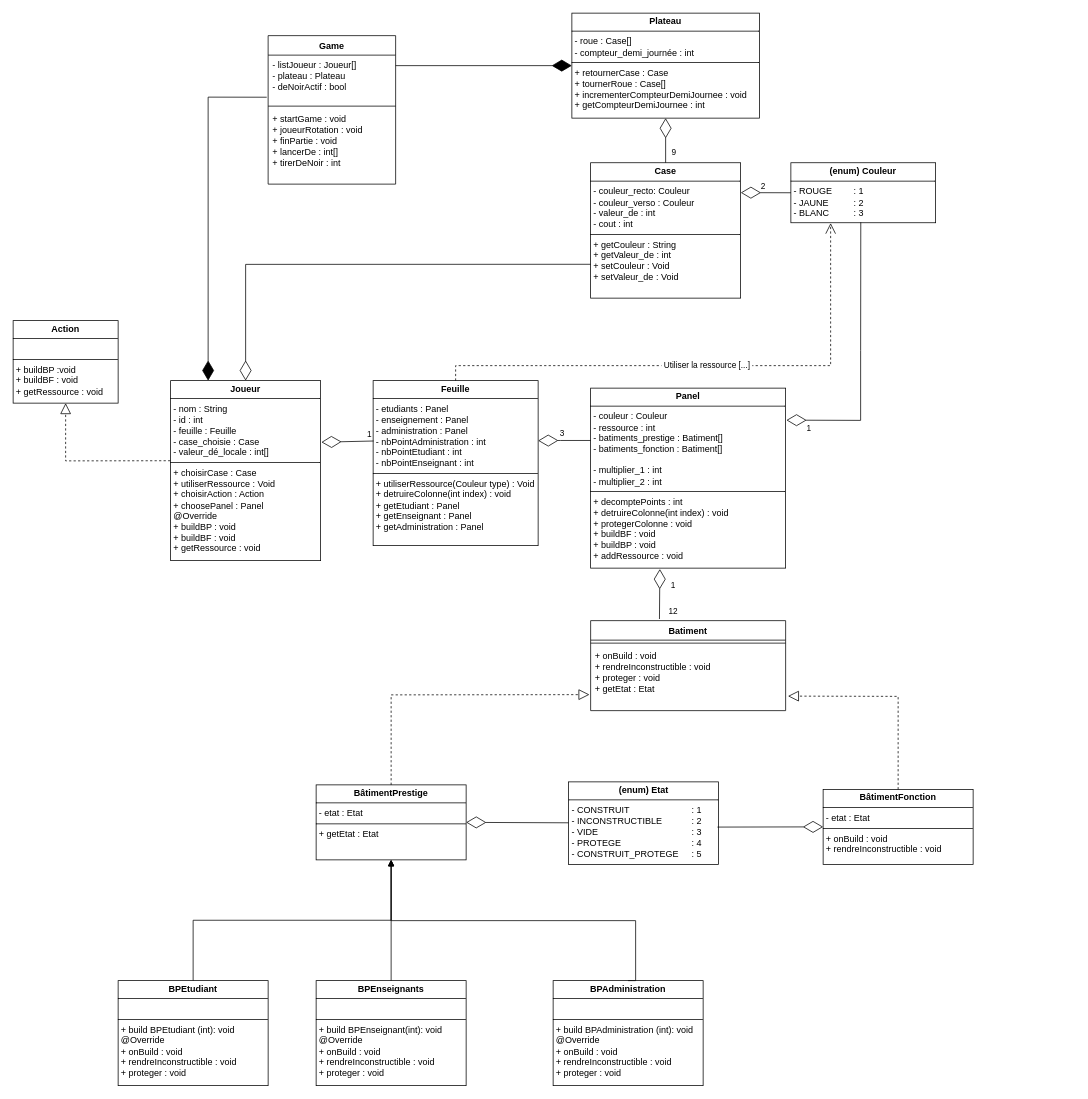
This is diagrammeClassTroyes-Dice.drawio from AntoineMilochevitch/Troyes-Dice, a draw.io file, before an edit. Source tidied: cells renumbered, new cells numbered last; positions are measured from the earlier drawing's top-left corner, leaving out a move shared by most shapes. Both pictures are drawn from the tidied source at 75%, with x=0, y=0 at pixel (13, 13).
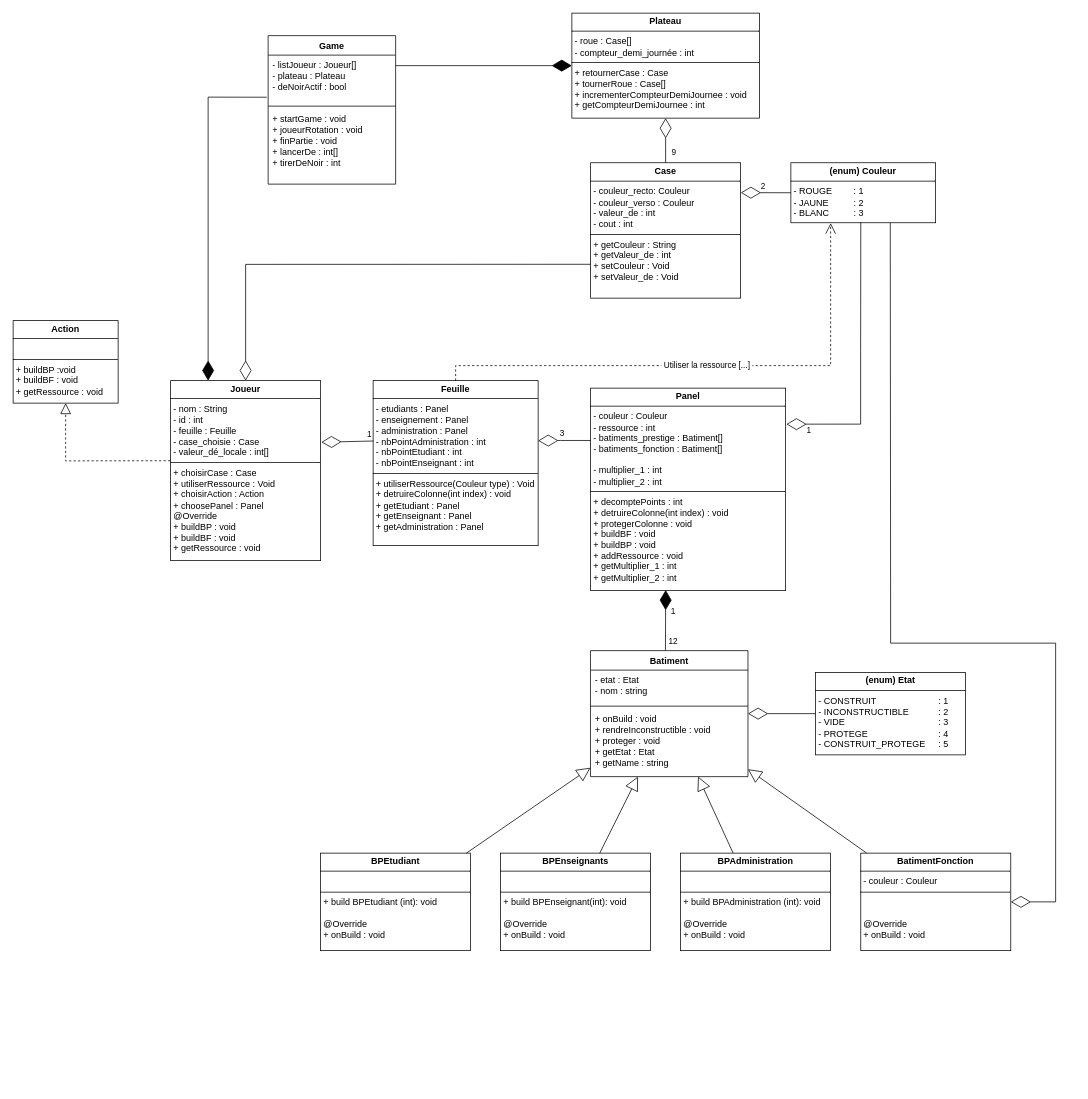
After the change.

Commit message:
Mettre à jour diagrammeClassTroyes-Dice.drawio

Unchanged cells that the change refers to:
```xml
<mxCell id="15" value="&lt;p style=&quot;margin:0px;margin-top:4px;text-align:center;&quot;&gt;&lt;b&gt;(enum) Couleur&lt;/b&gt;&lt;/p&gt;&lt;hr size=&quot;1&quot; style=&quot;border-style:solid;&quot;&gt;&lt;p style=&quot;margin:0px;margin-left:4px;&quot;&gt;- ROUGE&lt;span style=&quot;white-space: pre;&quot;&gt;&#9;&lt;span style=&quot;white-space: pre;&quot;&gt;&#9;&lt;/span&gt;: &lt;/span&gt;1&lt;/p&gt;&lt;p style=&quot;margin:0px;margin-left:4px;&quot;&gt;- JAUNE&lt;span style=&quot;white-space: pre;&quot;&gt;&#9;&lt;/span&gt;&amp;nbsp;&lt;span style=&quot;white-space: pre;&quot;&gt;&#9;&lt;/span&gt;: 2&lt;/p&gt;&lt;p style=&quot;margin:0px;margin-left:4px;&quot;&gt;- BLANC&lt;span style=&quot;white-space: pre;&quot;&gt;&#9;&lt;/span&gt;&lt;span style=&quot;white-space: pre;&quot;&gt;&#9;&lt;/span&gt;: 3&lt;/p&gt;" style="verticalAlign=top;align=left;overflow=fill;html=1;whiteSpace=wrap;" parent="1" vertex="1">
  <mxGeometry x="1037" y="199.5" width="193" height="80" as="geometry" />
</mxCell>
```

Change to the diagram source:
```diff
@@
-    <mxCell id="11" value="&lt;p style=&quot;margin:0px;margin-top:4px;text-align:center;&quot;&gt;&lt;b&gt;Panel&lt;/b&gt;&lt;/p&gt;&lt;hr size=&quot;1&quot; style=&quot;border-style:solid;&quot;&gt;&lt;p style=&quot;margin: 0px 0px 0px 4px;&quot;&gt;- couleur : Couleur&lt;/p&gt;&lt;p style=&quot;margin: 0px 0px 0px 4px;&quot;&gt;- ressource : int&lt;/p&gt;&lt;p style=&quot;margin: 0px 0px 0px 4px;&quot;&gt;- batiments_prestige : Batiment[]&lt;/p&gt;&lt;p style=&quot;margin: 0px 0px 0px 4px;&quot;&gt;- batiments_fonction : Batiment[]&lt;/p&gt;&lt;p style=&quot;margin: 0px 0px 0px 4px;&quot;&gt;&lt;br&gt;&lt;/p&gt;&lt;p style=&quot;margin: 0px 0px 0px 4px;&quot;&gt;- multiplier_1 : int&lt;/p&gt;&lt;p style=&quot;margin: 0px 0px 0px 4px;&quot;&gt;- multiplier_2 : int&lt;/p&gt;&lt;hr size=&quot;1&quot; style=&quot;border-style:solid;&quot;&gt;&lt;p style=&quot;margin:0px;margin-left:4px;&quot;&gt;+ decomptePoints : int&lt;/p&gt;&lt;p style=&quot;margin:0px;margin-left:4px;&quot;&gt;+ detruireColonne(int index) : void&lt;/p&gt;&lt;p style=&quot;margin: 0px 0px 0px 4px;&quot;&gt;&lt;span style=&quot;background-color: initial;&quot;&gt;+ protegerColonne : void&lt;/span&gt;&lt;/p&gt;&lt;p style=&quot;margin: 0px 0px 0px 4px;&quot;&gt;&lt;span style=&quot;background-color: initial;&quot;&gt;+ buildBF : void&lt;/span&gt;&lt;/p&gt;&lt;p style=&quot;margin: 0px 0px 0px 4px;&quot;&gt;&lt;span style=&quot;background-color: initial;&quot;&gt;+ buildBP : void&lt;/span&gt;&lt;/p&gt;&lt;p style=&quot;margin: 0px 0px 0px 4px;&quot;&gt;&lt;span style=&quot;background-color: initial;&quot;&gt;+ addRessource : void&lt;/span&gt;&lt;/p&gt;" style="verticalAlign=top;align=left;overflow=fill;html=1;whiteSpace=wrap;" parent="1" vertex="1">
-      <mxGeometry x="770" y="500" width="260" height="240" as="geometry" />
+    <mxCell id="11" value="&lt;p style=&quot;margin:0px;margin-top:4px;text-align:center;&quot;&gt;&lt;b&gt;Panel&lt;/b&gt;&lt;/p&gt;&lt;hr size=&quot;1&quot; style=&quot;border-style:solid;&quot;&gt;&lt;p style=&quot;margin: 0px 0px 0px 4px;&quot;&gt;- couleur : Couleur&lt;/p&gt;&lt;p style=&quot;margin: 0px 0px 0px 4px;&quot;&gt;- ressource : int&lt;/p&gt;&lt;p style=&quot;margin: 0px 0px 0px 4px;&quot;&gt;- batiments_prestige : Batiment[]&lt;/p&gt;&lt;p style=&quot;margin: 0px 0px 0px 4px;&quot;&gt;- batiments_fonction : Batiment[]&lt;/p&gt;&lt;p style=&quot;margin: 0px 0px 0px 4px;&quot;&gt;&lt;br&gt;&lt;/p&gt;&lt;p style=&quot;margin: 0px 0px 0px 4px;&quot;&gt;- multiplier_1 : int&lt;/p&gt;&lt;p style=&quot;margin: 0px 0px 0px 4px;&quot;&gt;- multiplier_2 : int&lt;/p&gt;&lt;hr size=&quot;1&quot; style=&quot;border-style:solid;&quot;&gt;&lt;p style=&quot;margin:0px;margin-left:4px;&quot;&gt;+ decomptePoints : int&lt;/p&gt;&lt;p style=&quot;margin:0px;margin-left:4px;&quot;&gt;+ detruireColonne(int index) : void&lt;/p&gt;&lt;p style=&quot;margin: 0px 0px 0px 4px;&quot;&gt;&lt;span style=&quot;background-color: initial;&quot;&gt;+ protegerColonne : void&lt;/span&gt;&lt;/p&gt;&lt;p style=&quot;margin: 0px 0px 0px 4px;&quot;&gt;&lt;span style=&quot;background-color: initial;&quot;&gt;+ buildBF : void&lt;/span&gt;&lt;/p&gt;&lt;p style=&quot;margin: 0px 0px 0px 4px;&quot;&gt;&lt;span style=&quot;background-color: initial;&quot;&gt;+ buildBP : void&lt;/span&gt;&lt;/p&gt;&lt;p style=&quot;margin: 0px 0px 0px 4px;&quot;&gt;&lt;span style=&quot;background-color: initial;&quot;&gt;+ addRessource : void&lt;/span&gt;&lt;/p&gt;&lt;p style=&quot;margin: 0px 0px 0px 4px;&quot;&gt;+ getMultiplier_1 : int&lt;/p&gt;&lt;p style=&quot;margin: 0px 0px 0px 4px;&quot;&gt;+ getMultiplier_2 : int&lt;/p&gt;" style="verticalAlign=top;align=left;overflow=fill;html=1;whiteSpace=wrap;" parent="1" vertex="1">
+      <mxGeometry x="770" y="500" width="260" height="270" as="geometry" />
     </mxCell>
@@
     <mxCell id="18" style="endArrow=diamondThin;endFill=0;endSize=24;html=1;rounded=0;entryX=1.004;entryY=0.178;entryDx=0;entryDy=0;entryPerimeter=0;exitX=0.483;exitY=0.992;exitDx=0;exitDy=0;exitPerimeter=0;" parent="1" edge="1" source="15" target="11">
       <mxGeometry relative="1" as="geometry">
         <Array as="points">
           <mxPoint x="1130" y="450" />
-          <mxPoint x="1130" y="543" />
+          <mxPoint x="1130" y="548" />
         </Array>
       </mxGeometry>
     </mxCell>
@@
-    <mxCell id="20" value="&lt;p style=&quot;margin:0px;margin-top:4px;text-align:center;&quot;&gt;&lt;b&gt;BPAdministration&lt;/b&gt;&lt;/p&gt;&lt;hr size=&quot;1&quot; style=&quot;border-style:solid;&quot;&gt;&lt;p style=&quot;margin: 0px 0px 0px 4px;&quot;&gt;&lt;br&gt;&lt;/p&gt;&lt;hr size=&quot;1&quot; style=&quot;border-style:solid;&quot;&gt;&lt;p style=&quot;margin: 0px 0px 0px 4px;&quot;&gt;+ build BPAdministration (int): void&lt;/p&gt;&lt;p style=&quot;margin: 0px 0px 0px 4px;&quot;&gt;@Override&lt;/p&gt;&lt;p style=&quot;margin: 0px 0px 0px 4px;&quot;&gt;+ onBuild : void&lt;/p&gt;&lt;p style=&quot;margin: 0px 0px 0px 4px;&quot;&gt;+ rendreInconstructible : void&lt;/p&gt;&lt;p style=&quot;margin: 0px 0px 0px 4px;&quot;&gt;+ proteger : void&lt;/p&gt;" style="verticalAlign=top;align=left;overflow=fill;html=1;whiteSpace=wrap;" parent="1" vertex="1">
-      <mxGeometry x="720" y="1290" width="200" height="140" as="geometry" />
+    <mxCell id="20" value="&lt;p style=&quot;margin:0px;margin-top:4px;text-align:center;&quot;&gt;&lt;b&gt;BPAdministration&lt;/b&gt;&lt;/p&gt;&lt;hr size=&quot;1&quot; style=&quot;border-style:solid;&quot;&gt;&lt;p style=&quot;margin: 0px 0px 0px 4px;&quot;&gt;&lt;br&gt;&lt;/p&gt;&lt;hr size=&quot;1&quot; style=&quot;border-style:solid;&quot;&gt;&lt;p style=&quot;margin: 0px 0px 0px 4px;&quot;&gt;+ build BPAdministration (int): void&lt;/p&gt;&lt;p style=&quot;margin: 0px 0px 0px 4px;&quot;&gt;&lt;br&gt;&lt;/p&gt;&lt;p style=&quot;margin: 0px 0px 0px 4px;&quot;&gt;@Override&lt;/p&gt;&lt;p style=&quot;margin: 0px 0px 0px 4px;&quot;&gt;+ onBuild : void&lt;/p&gt;" style="verticalAlign=top;align=left;overflow=fill;html=1;whiteSpace=wrap;" parent="1" vertex="1">
+      <mxGeometry x="889.8" y="1120" width="200" height="130" as="geometry" />
     </mxCell>
-    <mxCell id="21" value="&lt;p style=&quot;margin:0px;margin-top:4px;text-align:center;&quot;&gt;&lt;b&gt;BPEnseignants&lt;/b&gt;&lt;/p&gt;&lt;hr size=&quot;1&quot; style=&quot;border-style:solid;&quot;&gt;&lt;p style=&quot;margin: 0px 0px 0px 4px;&quot;&gt;&lt;br&gt;&lt;/p&gt;&lt;hr size=&quot;1&quot; style=&quot;border-style:solid;&quot;&gt;&lt;p style=&quot;margin: 0px 0px 0px 4px;&quot;&gt;+ build BPEnseignant(int): void&lt;/p&gt;&lt;p style=&quot;margin: 0px 0px 0px 4px;&quot;&gt;@Override&lt;/p&gt;&lt;p style=&quot;margin: 0px 0px 0px 4px;&quot;&gt;+ onBuild : void&lt;/p&gt;&lt;p style=&quot;margin: 0px 0px 0px 4px;&quot;&gt;+ rendreInconstructible : void&lt;/p&gt;&lt;p style=&quot;margin: 0px 0px 0px 4px;&quot;&gt;+ proteger : void&lt;/p&gt;" style="verticalAlign=top;align=left;overflow=fill;html=1;whiteSpace=wrap;" parent="1" vertex="1">
-      <mxGeometry x="404" y="1290" width="200" height="140" as="geometry" />
+    <mxCell id="21" value="&lt;p style=&quot;margin:0px;margin-top:4px;text-align:center;&quot;&gt;&lt;b&gt;BPEnseignants&lt;/b&gt;&lt;/p&gt;&lt;hr size=&quot;1&quot; style=&quot;border-style:solid;&quot;&gt;&lt;p style=&quot;margin: 0px 0px 0px 4px;&quot;&gt;&lt;br&gt;&lt;/p&gt;&lt;hr size=&quot;1&quot; style=&quot;border-style:solid;&quot;&gt;&lt;p style=&quot;margin: 0px 0px 0px 4px;&quot;&gt;+ build BPEnseignant(int): void&lt;/p&gt;&lt;p style=&quot;margin: 0px 0px 0px 4px;&quot;&gt;&lt;br&gt;&lt;/p&gt;&lt;p style=&quot;margin: 0px 0px 0px 4px;&quot;&gt;@Override&lt;/p&gt;&lt;p style=&quot;margin: 0px 0px 0px 4px;&quot;&gt;+ onBuild : void&lt;/p&gt;" style="verticalAlign=top;align=left;overflow=fill;html=1;whiteSpace=wrap;" parent="1" vertex="1">
+      <mxGeometry x="649.8" y="1120" width="200" height="130" as="geometry" />
     </mxCell>
-    <mxCell id="22" value="&lt;p style=&quot;margin:0px;margin-top:4px;text-align:center;&quot;&gt;&lt;b&gt;BPEtudiant&lt;/b&gt;&lt;/p&gt;&lt;hr size=&quot;1&quot; style=&quot;border-style:solid;&quot;&gt;&lt;p style=&quot;margin: 0px 0px 0px 4px;&quot;&gt;&lt;br&gt;&lt;/p&gt;&lt;hr size=&quot;1&quot; style=&quot;border-style:solid;&quot;&gt;&lt;p style=&quot;margin:0px;margin-left:4px;&quot;&gt;+ build BPEtudiant (int): void&lt;/p&gt;&lt;p style=&quot;margin:0px;margin-left:4px;&quot;&gt;@Override&lt;/p&gt;&lt;p style=&quot;margin:0px;margin-left:4px;&quot;&gt;+ onBuild : void&lt;/p&gt;&lt;p style=&quot;margin:0px;margin-left:4px;&quot;&gt;+ rendreInconstructible : void&lt;/p&gt;&lt;p style=&quot;margin:0px;margin-left:4px;&quot;&gt;+ proteger : void&lt;/p&gt;" style="verticalAlign=top;align=left;overflow=fill;html=1;whiteSpace=wrap;" parent="1" vertex="1">
-      <mxGeometry x="140" y="1290" width="200" height="140" as="geometry" />
+    <mxCell id="22" value="&lt;p style=&quot;margin:0px;margin-top:4px;text-align:center;&quot;&gt;&lt;b&gt;BPEtudiant&lt;/b&gt;&lt;/p&gt;&lt;hr size=&quot;1&quot; style=&quot;border-style:solid;&quot;&gt;&lt;p style=&quot;margin: 0px 0px 0px 4px;&quot;&gt;&lt;br&gt;&lt;/p&gt;&lt;hr size=&quot;1&quot; style=&quot;border-style:solid;&quot;&gt;&lt;p style=&quot;margin:0px;margin-left:4px;&quot;&gt;+ build BPEtudiant (int): void&lt;/p&gt;&lt;p style=&quot;margin:0px;margin-left:4px;&quot;&gt;&lt;br&gt;&lt;/p&gt;&lt;p style=&quot;margin:0px;margin-left:4px;&quot;&gt;@Override&lt;/p&gt;&lt;p style=&quot;margin:0px;margin-left:4px;&quot;&gt;+ onBuild : void&lt;/p&gt;" style="verticalAlign=top;align=left;overflow=fill;html=1;whiteSpace=wrap;" parent="1" vertex="1">
+      <mxGeometry x="409.8" y="1120" width="200" height="130" as="geometry" />
     </mxCell>
     <mxCell id="23" value="&lt;p style=&quot;margin:0px;margin-top:4px;text-align:center;&quot;&gt;&lt;b&gt;(enum) Etat&lt;/b&gt;&lt;/p&gt;&lt;hr size=&quot;1&quot; style=&quot;border-style:solid;&quot;&gt;&lt;p style=&quot;margin:0px;margin-left:4px;&quot;&gt;- CONSTRUIT&lt;span style=&quot;white-space: pre;&quot;&gt;&lt;span style=&quot;white-space: pre;&quot;&gt;&#9;&lt;/span&gt;                        : &lt;/span&gt;1&lt;/p&gt;&lt;p style=&quot;margin:0px;margin-left:4px;&quot;&gt;- INCONSTRUCTIBLE&lt;span style=&quot;white-space: pre;&quot;&gt;&#9;&lt;/span&gt;&amp;nbsp;&lt;span style=&quot;white-space: pre;&quot;&gt;&#9;&lt;/span&gt;: 2&lt;/p&gt;&lt;p style=&quot;margin:0px;margin-left:4px;&quot;&gt;- VIDE&amp;nbsp; &amp;nbsp; &amp;nbsp; &amp;nbsp; &amp;nbsp; &amp;nbsp; &amp;nbsp; &amp;nbsp; &amp;nbsp; &amp;nbsp; &amp;nbsp; &amp;nbsp;&amp;nbsp;&lt;span style=&quot;white-space: pre;&quot;&gt;&#9;&lt;/span&gt;&lt;span style=&quot;white-space: pre;&quot;&gt;&#9;&lt;/span&gt;: 3&lt;/p&gt;&lt;p style=&quot;margin:0px;margin-left:4px;&quot;&gt;- PROTEGE&lt;span style=&quot;white-space: pre;&quot;&gt;&#9;&lt;/span&gt;&lt;span style=&quot;white-space: pre;&quot;&gt;&#9;&lt;/span&gt;&lt;span style=&quot;white-space: pre;&quot;&gt;&#9;&lt;/span&gt;&lt;span style=&quot;white-space: pre;&quot;&gt;&#9;&lt;/span&gt;: 4&lt;/p&gt;&lt;p style=&quot;margin:0px;margin-left:4px;&quot;&gt;- CONSTRUIT_PROTEGE&lt;span style=&quot;white-space: pre;&quot;&gt;&#9;&lt;/span&gt;: 5&lt;/p&gt;" style="verticalAlign=top;align=left;overflow=fill;html=1;whiteSpace=wrap;" parent="1" vertex="1">
-      <mxGeometry x="740.5" y="1025" width="200" height="110" as="geometry" />
+      <mxGeometry x="1069.8" y="879" width="200" height="110" as="geometry" />
     </mxCell>
-    <mxCell id="24" value="&lt;p style=&quot;margin:0px;margin-top:4px;text-align:center;&quot;&gt;&lt;b&gt;BâtimentPrestige&lt;/b&gt;&lt;/p&gt;&lt;hr size=&quot;1&quot; style=&quot;border-style:solid;&quot;&gt;&lt;p style=&quot;margin: 0px 0px 0px 4px;&quot;&gt;- etat : Etat&lt;/p&gt;&lt;hr size=&quot;1&quot; style=&quot;border-style:solid;&quot;&gt;&lt;p style=&quot;margin:0px;margin-left:4px;&quot;&gt;&lt;span style=&quot;background-color: initial;&quot;&gt;+ getEtat : Etat&lt;/span&gt;&lt;/p&gt;&lt;p style=&quot;margin:0px;margin-left:4px;&quot;&gt;&lt;br&gt;&lt;/p&gt;" style="verticalAlign=top;align=left;overflow=fill;html=1;whiteSpace=wrap;" parent="1" vertex="1">
-      <mxGeometry x="404" y="1029" width="200" height="100" as="geometry" />
-    </mxCell>
-    <mxCell id="25" style="endArrow=diamondThin;endFill=0;endSize=24;html=1;rounded=0;entryX=1;entryY=0.5;entryDx=0;entryDy=0;" parent="1" edge="1" source="23" target="24">
-      <mxGeometry relative="1" as="geometry" />
-    </mxCell>
@@
-    <mxCell id="33" value="Batiment" style="swimlane;fontStyle=1;align=center;verticalAlign=top;horizontal=1;startSize=26;whiteSpace=wrap;html=1;" parent="1" vertex="1">
-      <mxGeometry x="770" y="810" width="260" height="120" as="geometry" />
-    </mxCell>
-    <mxCell id="34" style="line;strokeWidth=1;fillColor=none;align=left;verticalAlign=middle;spacingTop=-1;spacingLeft=3;spacingRight=3;labelPosition=right;strokeColor=inherit;" parent="33" vertex="1">
-      <mxGeometry y="26" width="260" height="8" as="geometry" />
-    </mxCell>
-    <mxCell id="35" value="+ onBuild : void&lt;div&gt;+ rendreInconstructible : void&lt;/div&gt;&lt;div&gt;+ proteger : void&lt;/div&gt;&lt;div&gt;+ getEtat : Etat&lt;/div&gt;" style="text;strokeColor=none;fillColor=none;align=left;verticalAlign=top;spacingLeft=4;spacingRight=4;overflow=hidden;points=[[0,0.5],[1,0.5]];portConstraint=eastwest;whiteSpace=wrap;html=1;" parent="33" vertex="1">
-      <mxGeometry y="34" width="260" height="86" as="geometry" />
-    </mxCell>
-    <mxCell id="36" style="endArrow=diamondThin;endFill=0;endSize=24;html=1;rounded=0;entryX=0.355;entryY=1.005;entryDx=0;entryDy=0;entryPerimeter=0;exitX=0.353;exitY=-0.018;exitDx=0;exitDy=0;exitPerimeter=0;" parent="1" edge="1" source="33" target="11">
-      <mxGeometry relative="1" as="geometry" />
-    </mxCell>
     <mxCell id="37" value="12" style="edgeLabel;html=1;align=center;verticalAlign=middle;" parent="1" vertex="1">
-      <mxGeometry x="740.5" y="620" as="geometry">
+      <mxGeometry x="740.5" y="660" as="geometry">
         <mxPoint x="139" y="177" as="offset" />
       </mxGeometry>
     </mxCell>
     <mxCell id="38" value="1" style="edgeLabel;html=1;align=center;verticalAlign=middle;" parent="1" vertex="1">
-      <mxGeometry x="740.5" y="585" as="geometry">
+      <mxGeometry x="740.5" y="620" as="geometry">
         <mxPoint x="139" y="177" as="offset" />
       </mxGeometry>
     </mxCell>
-    <mxCell id="39" value="&lt;p style=&quot;margin:0px;margin-top:4px;text-align:center;&quot;&gt;&lt;b&gt;BâtimentFonction&lt;/b&gt;&lt;/p&gt;&lt;hr size=&quot;1&quot; style=&quot;border-style:solid;&quot;&gt;&lt;p style=&quot;margin: 0px 0px 0px 4px;&quot;&gt;- etat : Etat&lt;/p&gt;&lt;hr size=&quot;1&quot; style=&quot;border-style:solid;&quot;&gt;&lt;p style=&quot;margin:0px;margin-left:4px;&quot;&gt;&lt;span style=&quot;background-color: initial;&quot;&gt;+ onBuild : void&lt;/span&gt;&lt;/p&gt;&lt;p style=&quot;margin:0px;margin-left:4px;&quot;&gt;&lt;span style=&quot;background-color: initial;&quot;&gt;+ rendreInconstructible : void&lt;/span&gt;&lt;/p&gt;&lt;p style=&quot;margin:0px;margin-left:4px;&quot;&gt;&lt;br&gt;&lt;/p&gt;" style="verticalAlign=top;align=left;overflow=fill;html=1;whiteSpace=wrap;" parent="1" vertex="1">
-      <mxGeometry x="1080" y="1035" width="200" height="100" as="geometry" />
+    <mxCell id="39" value="&lt;p style=&quot;margin:0px;margin-top:4px;text-align:center;&quot;&gt;&lt;b&gt;BatimentFonction&lt;/b&gt;&lt;/p&gt;&lt;hr size=&quot;1&quot; style=&quot;border-style:solid;&quot;&gt;&lt;p style=&quot;margin: 0px 0px 0px 4px;&quot;&gt;&lt;span style=&quot;background-color: initial;&quot;&gt;- couleur : Couleur&lt;/span&gt;&lt;/p&gt;&lt;hr size=&quot;1&quot; style=&quot;border-style:solid;&quot;&gt;&lt;p style=&quot;margin:0px;margin-left:4px;&quot;&gt;&lt;span style=&quot;background-color: initial;&quot;&gt;&lt;br&gt;&lt;/span&gt;&lt;/p&gt;&lt;p style=&quot;margin:0px;margin-left:4px;&quot;&gt;&lt;span style=&quot;background-color: initial;&quot;&gt;&lt;br&gt;&lt;/span&gt;&lt;/p&gt;&lt;p style=&quot;margin:0px;margin-left:4px;&quot;&gt;&lt;span style=&quot;background-color: initial;&quot;&gt;@Override&lt;/span&gt;&lt;/p&gt;&lt;p style=&quot;margin: 0px 0px 0px 4px;&quot;&gt;+ onBuild : void&lt;/p&gt;&lt;p style=&quot;margin: 0px 0px 0px 4px;&quot;&gt;&lt;br&gt;&lt;/p&gt;&lt;p style=&quot;margin: 0px 0px 0px 4px;&quot;&gt;&lt;br&gt;&lt;/p&gt;&lt;p style=&quot;margin:0px;margin-left:4px;&quot;&gt;&lt;br&gt;&lt;/p&gt;" style="verticalAlign=top;align=left;overflow=fill;html=1;whiteSpace=wrap;" parent="1" vertex="1">
+      <mxGeometry x="1130.2" y="1120" width="200" height="130" as="geometry" />
     </mxCell>
-    <mxCell id="40" style="endArrow=diamondThin;endFill=0;endSize=24;html=1;rounded=0;entryX=0;entryY=0.5;entryDx=0;entryDy=0;exitX=0.993;exitY=0.548;exitDx=0;exitDy=0;exitPerimeter=0;" parent="1" edge="1" source="23" target="39">
-      <mxGeometry relative="1" as="geometry" />
-    </mxCell>
-    <mxCell id="41" style="endArrow=block;dashed=1;endFill=0;endSize=12;html=1;rounded=0;exitX=0.5;exitY=0;exitDx=0;exitDy=0;entryX=-0.006;entryY=0.752;entryDx=0;entryDy=0;entryPerimeter=0;" parent="1" edge="1" source="24" target="35">
-      <mxGeometry relative="1" as="geometry">
-        <Array as="points">
-          <mxPoint x="504" y="909" />
-        </Array>
-      </mxGeometry>
-    </mxCell>
-    <mxCell id="42" style="endArrow=block;dashed=1;endFill=0;endSize=12;html=1;rounded=0;exitX=0.5;exitY=0;exitDx=0;exitDy=0;entryX=1.012;entryY=0.775;entryDx=0;entryDy=0;entryPerimeter=0;" parent="1" edge="1" source="39" target="35">
-      <mxGeometry relative="1" as="geometry">
-        <Array as="points">
-          <mxPoint x="1180" y="980" />
-          <mxPoint x="1180" y="911" />
-        </Array>
-      </mxGeometry>
-    </mxCell>
-    <mxCell id="43" style="endArrow=block;endFill=1;html=1;edgeStyle=orthogonalEdgeStyle;align=left;verticalAlign=top;rounded=0;exitX=0.5;exitY=0;exitDx=0;exitDy=0;entryX=0.5;entryY=1;entryDx=0;entryDy=0;" parent="1" edge="1" source="22" target="24">
-      <mxGeometry x="-1" relative="1" as="geometry" />
-    </mxCell>
-    <mxCell id="44" style="endArrow=block;endFill=1;html=1;edgeStyle=orthogonalEdgeStyle;align=left;verticalAlign=top;rounded=0;entryX=0.5;entryY=1;entryDx=0;entryDy=0;exitX=0.5;exitY=0;exitDx=0;exitDy=0;" parent="1" edge="1" source="21" target="24">
-      <mxGeometry x="-1" relative="1" as="geometry" />
-    </mxCell>
-    <mxCell id="45" style="endArrow=block;endFill=1;html=1;edgeStyle=orthogonalEdgeStyle;align=left;verticalAlign=top;rounded=0;exitX=0.5;exitY=0;exitDx=0;exitDy=0;entryX=0.5;entryY=1;entryDx=0;entryDy=0;" parent="1" edge="1" source="20" target="24">
-      <mxGeometry x="-1" relative="1" as="geometry">
-        <Array as="points">
-          <mxPoint x="830" y="1210" />
-          <mxPoint x="504" y="1210" />
-        </Array>
-      </mxGeometry>
-    </mxCell>
@@
+    <mxCell id="36" style="endArrow=diamondThin;endFill=1;endSize=24;html=1;rounded=0;exitX=0.476;exitY=-0.001;exitDx=0;exitDy=0;exitPerimeter=0;entryX=0.385;entryY=0.997;entryDx=0;entryDy=0;entryPerimeter=0;" parent="1" edge="1" source="33" target="11">
+      <mxGeometry relative="1" as="geometry" />
+    </mxCell>
+    <mxCell id="33" value="Batiment" style="swimlane;fontStyle=1;align=center;verticalAlign=top;horizontal=1;startSize=26;whiteSpace=wrap;html=1;" parent="1" vertex="1">
+      <mxGeometry x="769.8" y="850" width="210" height="168" as="geometry" />
+    </mxCell>
+    <mxCell id="47" value="- etat : Etat&lt;div&gt;&lt;span style=&quot;font-family: Helvetica;&quot;&gt;- nom : string&lt;/span&gt;&lt;/div&gt;" style="text;strokeColor=none;fillColor=none;align=left;verticalAlign=top;spacingLeft=4;spacingRight=4;overflow=hidden;whiteSpace=wrap;html=1;" parent="33" vertex="1">
+      <mxGeometry y="26" width="210" height="44" as="geometry" />
+    </mxCell>
+    <mxCell id="48" style="line;strokeWidth=1;fillColor=none;align=left;verticalAlign=middle;spacingTop=-1;spacingLeft=3;spacingRight=3;labelPosition=right;strokeColor=inherit;" parent="33" vertex="1">
+      <mxGeometry y="70" width="210" height="8" as="geometry" />
+    </mxCell>
+    <mxCell id="49" value="+ onBuild : void&lt;div&gt;+ rendreInconstructible : void&lt;/div&gt;&lt;div&gt;+ proteger : void&lt;/div&gt;&lt;div&gt;+ getEtat : Etat&lt;/div&gt;&lt;div&gt;+ getName : string&lt;/div&gt;" style="text;strokeColor=none;fillColor=none;align=left;verticalAlign=top;spacingLeft=4;spacingRight=4;overflow=hidden;whiteSpace=wrap;html=1;" parent="33" vertex="1">
+      <mxGeometry y="78" width="210" height="90" as="geometry" />
+    </mxCell>
+    <mxCell id="50" style="endArrow=block;endSize=16;endFill=0;html=1;rounded=0;" parent="1" edge="1" source="22" target="33">
+      <mxGeometry relative="1" as="geometry" />
+    </mxCell>
+    <mxCell id="51" style="endArrow=block;endSize=16;endFill=0;html=1;rounded=0;" parent="1" edge="1" source="21" target="33">
+      <mxGeometry relative="1" as="geometry" />
+    </mxCell>
+    <mxCell id="52" style="endArrow=block;endSize=16;endFill=0;html=1;rounded=0;" parent="1" edge="1" source="20" target="33">
+      <mxGeometry relative="1" as="geometry" />
+    </mxCell>
+    <mxCell id="53" style="endArrow=block;endSize=16;endFill=0;html=1;rounded=0;" parent="1" edge="1" source="39" target="33">
+      <mxGeometry relative="1" as="geometry" />
+    </mxCell>
+    <mxCell id="54" style="endArrow=diamondThin;endFill=0;endSize=24;html=1;rounded=0;" parent="1" edge="1" source="23" target="33">
+      <mxGeometry relative="1" as="geometry" />
+    </mxCell>
+    <mxCell id="55" style="endArrow=diamondThin;endFill=0;endSize=24;html=1;rounded=0;" parent="1" edge="1" source="15" target="39">
+      <mxGeometry relative="1" as="geometry">
+        <Array as="points">
+          <mxPoint x="1170" y="280" />
+          <mxPoint x="1170" y="840" />
+          <mxPoint x="1390" y="840" />
+          <mxPoint x="1390" y="1185" />
+        </Array>
+      </mxGeometry>
+    </mxCell>
```
